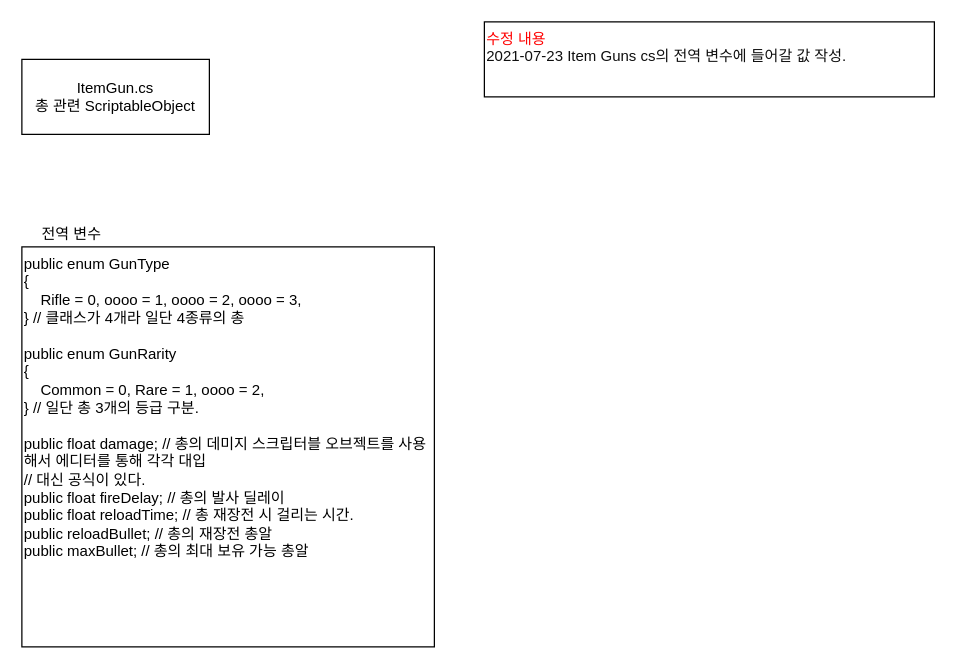
Above: FlowChart/ItemGun.drawio in BckLily/YeilMainProjectBackUp (draw.io), before the change. Source tidied: cells renumbered, new cells numbered last; positions are measured from the earlier drawing's top-left corner, leaving out a move shared by most shapes. Both pictures are drawn from the tidied source at 125%, with x=0, y=0 at pixel (21, 21).
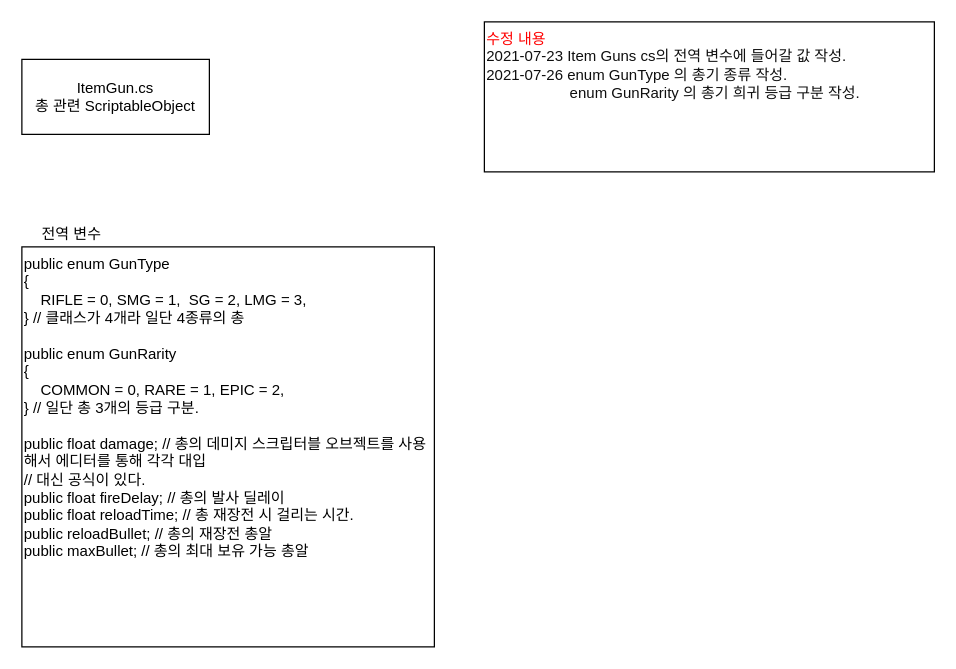
The same diagram, later.

Change to the diagram source:
```diff
@@
 <mxGraphModel>
   <root>
     <mxCell id="0" />
     <mxCell id="1" parent="0" />
     <mxCell id="2" value="ItemGun.cs&lt;br&gt;총 관련 ScriptableObject" style="rounded=0;whiteSpace=wrap;html=1;" parent="1" vertex="1">
       <mxGeometry y="30" width="150" height="60" as="geometry" />
     </mxCell>
-    <mxCell id="3" value="public enum GunType&lt;br&gt;{&lt;br&gt;&amp;nbsp; &amp;nbsp; Rifle = 0, oooo = 1, oooo = 2, oooo = 3,&lt;br&gt;} // 클래스가 4개라 일단 4종류의 총&lt;br&gt;&lt;br&gt;public enum GunRarity&lt;br&gt;{&lt;br&gt;&amp;nbsp; &amp;nbsp; Common = 0, Rare = 1, oooo = 2,&lt;br&gt;} // 일단 총 3개의 등급 구분.&lt;br&gt;&lt;br&gt;public float damage; // 총의 데미지 스크립터블 오브젝트를 사용해서 에디터를 통해 각각 대입&lt;br&gt;// 대신 공식이 있다.&lt;br&gt;public float fireDelay; // 총의 발사 딜레이&lt;br&gt;public float reloadTime; // 총 재장전 시 걸리는 시간.&lt;br&gt;public reloadBullet; // 총의 재장전 총알&lt;br&gt;public maxBullet; // 총의 최대 보유 가능 총알&lt;br&gt;&lt;br&gt;" style="rounded=0;whiteSpace=wrap;html=1;align=left;verticalAlign=top;" parent="1" vertex="1">
+    <mxCell id="3" value="public enum GunType&lt;br&gt;{&lt;br&gt;&amp;nbsp; &amp;nbsp; RIFLE = 0, SMG = 1,&amp;nbsp; SG = 2, LMG = 3,&lt;br&gt;} // 클래스가 4개라 일단 4종류의 총&lt;br&gt;&lt;br&gt;public enum GunRarity&lt;br&gt;{&lt;br&gt;&amp;nbsp; &amp;nbsp; COMMON = 0, RARE = 1, EPIC = 2,&lt;br&gt;} // 일단 총 3개의 등급 구분.&lt;br&gt;&lt;br&gt;public float damage; // 총의 데미지 스크립터블 오브젝트를 사용해서 에디터를 통해 각각 대입&lt;br&gt;// 대신 공식이 있다.&lt;br&gt;public float fireDelay; // 총의 발사 딜레이&lt;br&gt;public float reloadTime; // 총 재장전 시 걸리는 시간.&lt;br&gt;public reloadBullet; // 총의 재장전 총알&lt;br&gt;public maxBullet; // 총의 최대 보유 가능 총알" style="rounded=0;whiteSpace=wrap;html=1;align=left;verticalAlign=top;" parent="1" vertex="1">
       <mxGeometry y="180" width="330" height="320" as="geometry" />
     </mxCell>
     <mxCell id="4" value="전역 변수" style="text;html=1;strokeColor=none;fillColor=none;align=center;verticalAlign=middle;whiteSpace=wrap;rounded=0;" parent="1" vertex="1">
       <mxGeometry y="160" width="80" height="20" as="geometry" />
     </mxCell>
-    <mxCell id="5" value="&lt;font color=&quot;#ff0000&quot;&gt;수정 내용&lt;/font&gt;&lt;br&gt;&lt;font color=&quot;#0f0f0f&quot;&gt;2021-07-23 Item Guns cs의 전역 변수에 들어갈 값 작성.&lt;/font&gt;" style="rounded=0;whiteSpace=wrap;html=1;align=left;verticalAlign=top;" parent="1" vertex="1">
-      <mxGeometry x="370" width="360" height="60" as="geometry" />
+    <mxCell id="5" value="&lt;font color=&quot;#ff0000&quot;&gt;수정 내용&lt;/font&gt;&lt;br&gt;&lt;font color=&quot;#0f0f0f&quot;&gt;2021-07-23 Item Guns cs의 전역 변수에 들어갈 값 작성.&lt;br&gt;2021-07-26 enum GunType 의 총기 종류 작성.&lt;br&gt;&amp;nbsp; &amp;nbsp; &amp;nbsp; &amp;nbsp; &amp;nbsp; &amp;nbsp; &amp;nbsp; &amp;nbsp; &amp;nbsp; &amp;nbsp; enum GunRarity 의 총기 희귀 등급 구분 작성.&lt;br&gt;&lt;/font&gt;" style="rounded=0;whiteSpace=wrap;html=1;align=left;verticalAlign=top;" parent="1" vertex="1">
+      <mxGeometry x="370" width="360" height="120" as="geometry" />
     </mxCell>
   </root>
 </mxGraphModel>
```
